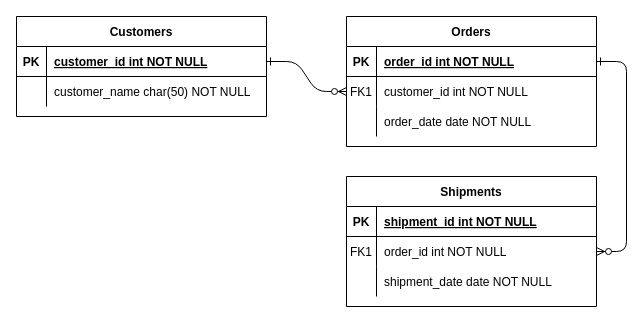
This is 제목 없는 다이어그램.drawio from jeonhyoungmin/221230-prac-draw.io, a draw.io file, before an edit. Source tidied: cells renumbered, new cells numbered last; positions are measured from the earlier drawing's top-left corner, leaving out a move shared by most shapes. Both pictures are drawn from the tidied source at 100%, with x=0, y=0 at pixel (16, 16).
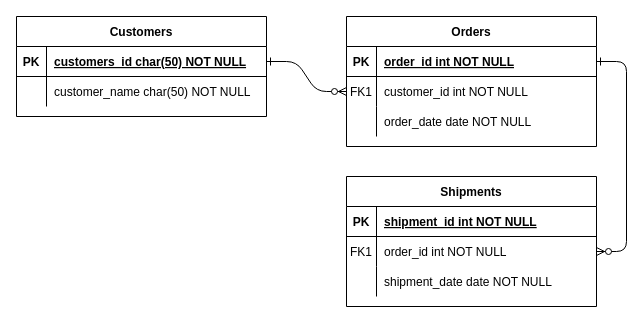
After the change.

Commit message:
제목 없는 다이어그램.drawio 업데이트

The change refers to these unchanged cells:
```xml
<mxCell id="25" style="shape=partialRectangle;fillColor=none;points=[[0,0.5],[1,0.5]];portConstraint=eastwest;top=0;left=0;right=0;bottom=1;" parent="24" vertex="1">
  <mxGeometry y="30" width="250" height="30" as="geometry" />
</mxCell>
```

The edit, as a diff of the source:
```diff
@@
-    <mxCell id="27" value="customer_id int NOT NULL " style="shape=partialRectangle;overflow=hidden;fillColor=none;top=0;left=0;bottom=0;right=0;align=left;spacingLeft=6;fontStyle=5;" parent="25" vertex="1">
+    <mxCell id="27" value="customers_id char(50) NOT NULL" style="shape=partialRectangle;overflow=hidden;fillColor=none;top=0;left=0;bottom=0;right=0;align=left;spacingLeft=6;fontStyle=5;" parent="25" vertex="1">
       <mxGeometry x="30" width="220" height="30" as="geometry" />
     </mxCell>
```
